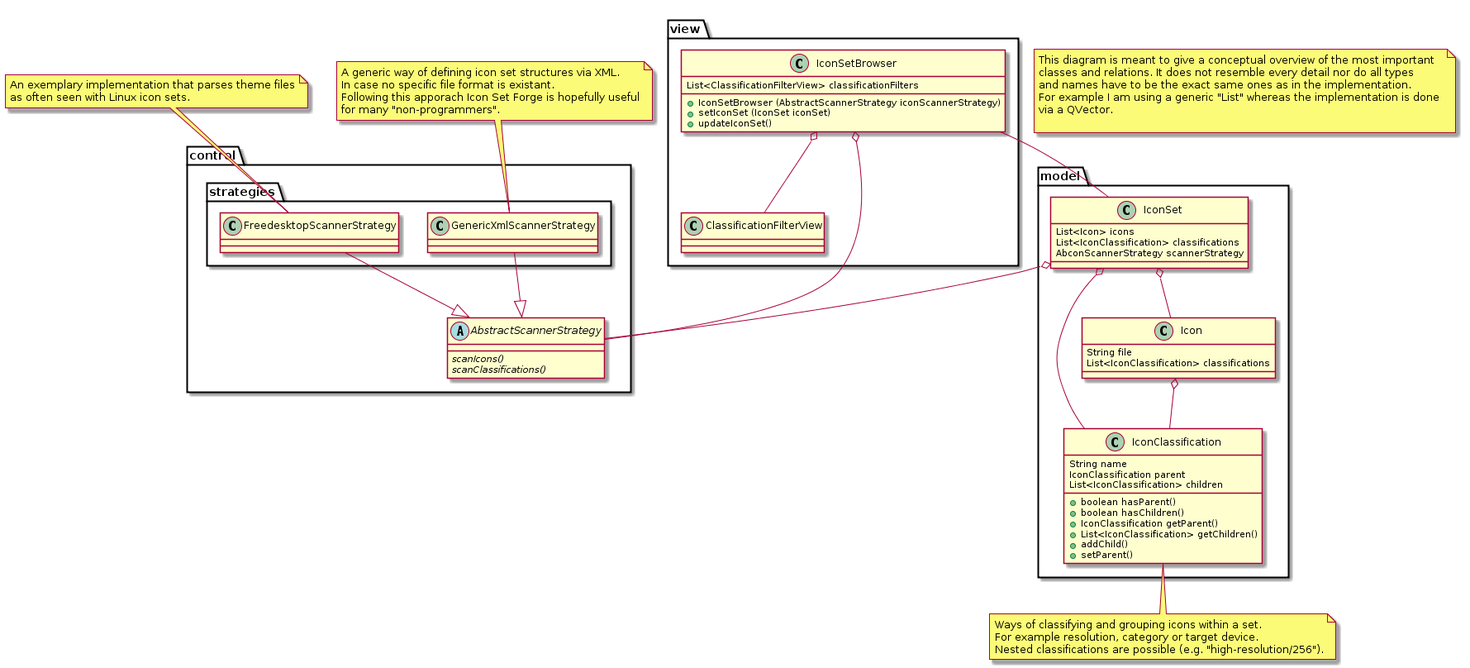
Before: Concept/classes.png, a diagram exported from PlantUML (Manuel-Kehl/Icon-Set-Forge).
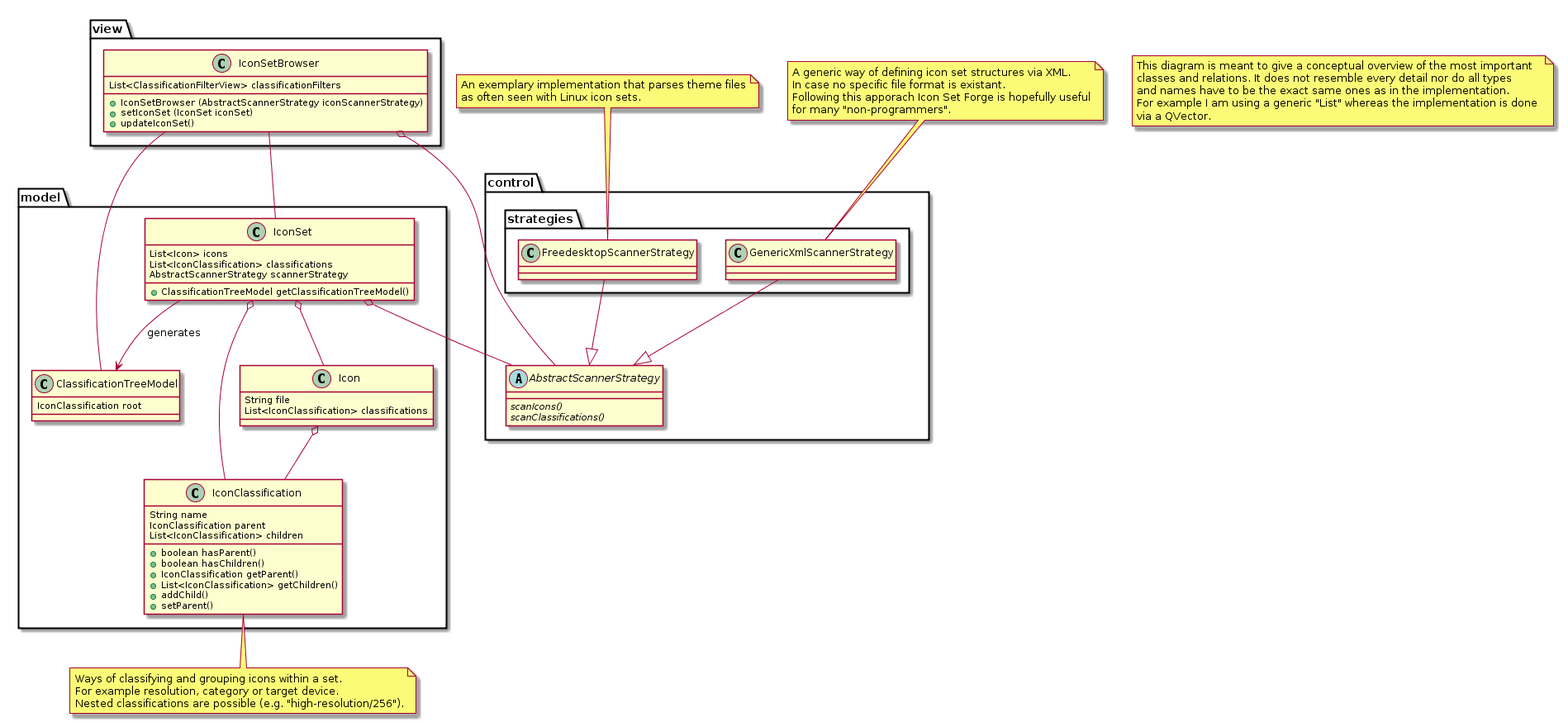
Above is the later version.

Diff of the diagram source:
```diff
@@ -6,7 +6,6 @@
 and names have to be the exact same ones as in the implementation.
 For example I am using a generic "List" whereas the implementation is done
 via a QVector.
-
 end note
 
 package control {
@@ -21,8 +20,6 @@
 }
 
 package view {
-	class ClassificationFilterView
-
 	class IconSetBrowser {
 		List<ClassificationFilterView> classificationFilters
 		+ IconSetBrowser (AbstractScannerStrategy iconScannerStrategy)
@@ -47,24 +44,30 @@
 	class IconSet {
 		List<Icon> icons
 		List<IconClassification> classifications
-		AbconScannerStrategy scannerStrategy
+		AbstractScannerStrategy scannerStrategy
+		+ ClassificationTreeModel getClassificationTreeModel()
 	}
 
 	class Icon {
 		String file
 		List<IconClassification> classifications
 	}
+
+	class ClassificationTreeModel {
+		IconClassification root
+	}
 }
 
 IconSetBrowser o-- AbstractScannerStrategy
-IconSetBrowser o-- ClassificationFilterView
 
 Icon o-- IconClassification
 IconSet o-- Icon
 IconSet o-- IconClassification
 IconSet o- AbstractScannerStrategy
+IconSet --> ClassificationTreeModel : generates
 
 IconSetBrowser -- IconSet
+IconSetBrowser -- ClassificationTreeModel
 
 note bottom of IconClassification: Ways of classifying and grouping icons within a set.\nFor example resolution, category or target device.\nNested classifications are possible (e.g. "high-resolution/256").
 
```
